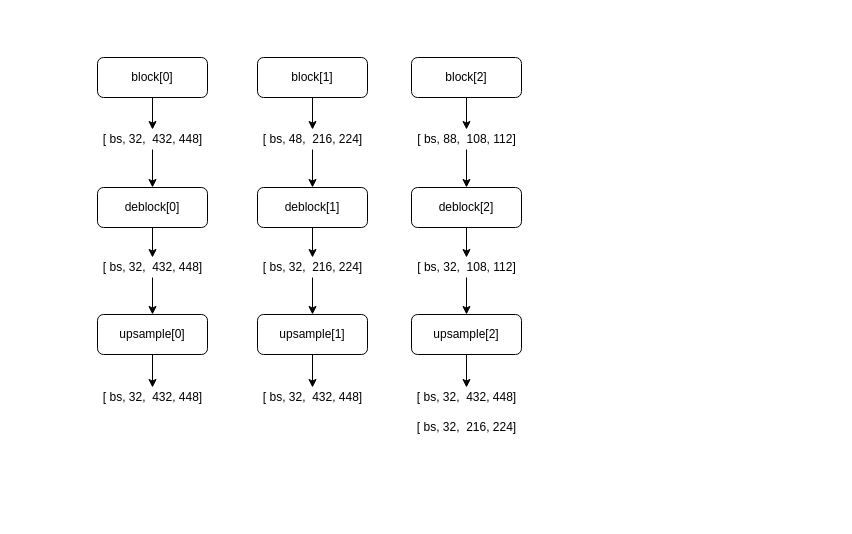
The draw.io diagram network.drawio in wennieWN/UML, before the edit. Source tidied: cells renumbered, new cells numbered last; positions are measured from the earlier drawing's top-left corner, leaving out a move shared by most shapes. Both pictures are drawn from the tidied source at 100%, with x=0, y=0 at pixel (59, 57).
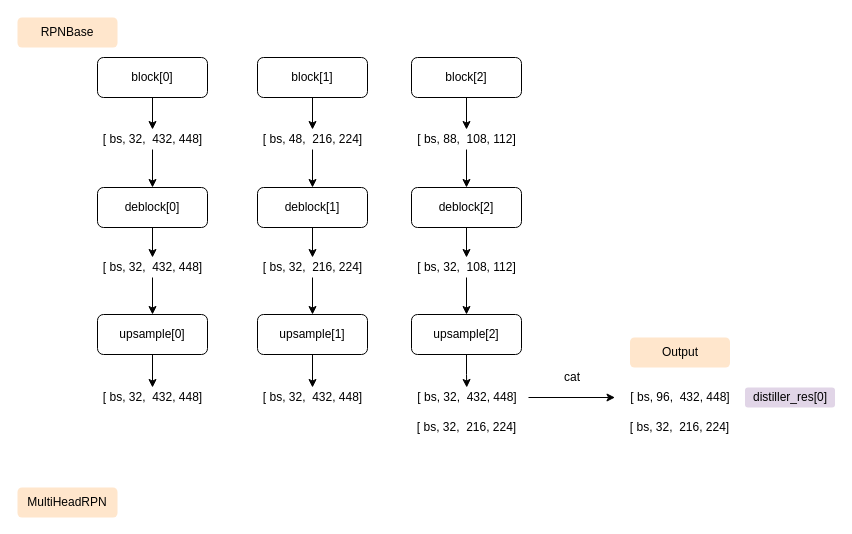
After the change.

Change to the diagram source:
```diff
@@
+    <mxCell id="36" style="edgeStyle=orthogonalEdgeStyle;rounded=0;jettySize=auto;html=1;" parent="1" edge="1" source="34" target="37">
+      <mxGeometry relative="1" as="geometry" />
+    </mxCell>
     <mxCell id="34" value="[ bs, 32,&amp;nbsp; 432, 448]" style="text;html=1;strokeColor=none;fillColor=none;align=center;verticalAlign=middle;whiteSpace=wrap;rounded=0;" parent="1" vertex="1">
-      <mxGeometry x="314.5" y="330" width="185" height="20" as="geometry" />
+      <mxGeometry x="345.5" y="330" width="123.5" height="20" as="geometry" />
     </mxCell>
@@
+    <mxCell id="37" value="[ bs, 96,&amp;nbsp; 432, 448]" style="text;html=1;strokeColor=none;fillColor=none;align=center;verticalAlign=middle;whiteSpace=wrap;rounded=0;" parent="1" vertex="1">
+      <mxGeometry x="555.5" y="330" width="130" height="20" as="geometry" />
+    </mxCell>
+    <mxCell id="38" value="[ bs, 32,&amp;nbsp; 216, 224]" style="text;html=1;strokeColor=none;fillColor=none;align=center;verticalAlign=middle;whiteSpace=wrap;rounded=0;" parent="1" vertex="1">
+      <mxGeometry x="528" y="360" width="185" height="20" as="geometry" />
+    </mxCell>
+    <mxCell id="39" value="cat" style="text;html=1;strokeColor=none;fillColor=none;align=center;verticalAlign=middle;whiteSpace=wrap;rounded=0;" parent="1" vertex="1">
+      <mxGeometry x="478" y="310" width="70" height="20" as="geometry" />
+    </mxCell>
+    <mxCell id="40" value="RPNBase" style="rounded=1;whiteSpace=wrap;html=1;fillColor=#ffe6cc;strokeColor=none;" parent="1" vertex="1">
+      <mxGeometry x="-42" y="-40" width="100" height="30" as="geometry" />
+    </mxCell>
+    <mxCell id="41" value="Output" style="rounded=1;whiteSpace=wrap;html=1;fillColor=#ffe6cc;strokeColor=none;" parent="1" vertex="1">
+      <mxGeometry x="570.5" y="280" width="100" height="30" as="geometry" />
+    </mxCell>
+    <mxCell id="42" value="distiller_res[0]" style="rounded=1;whiteSpace=wrap;html=1;fillColor=#e1d5e7;strokeColor=none;" parent="1" vertex="1">
+      <mxGeometry x="685.5" y="330" width="90" height="20" as="geometry" />
+    </mxCell>
+    <mxCell id="43" value="MultiHeadRPN" style="rounded=1;whiteSpace=wrap;html=1;fillColor=#ffe6cc;strokeColor=none;" parent="1" vertex="1">
+      <mxGeometry x="-42" y="430" width="100" height="30" as="geometry" />
+    </mxCell>
```
